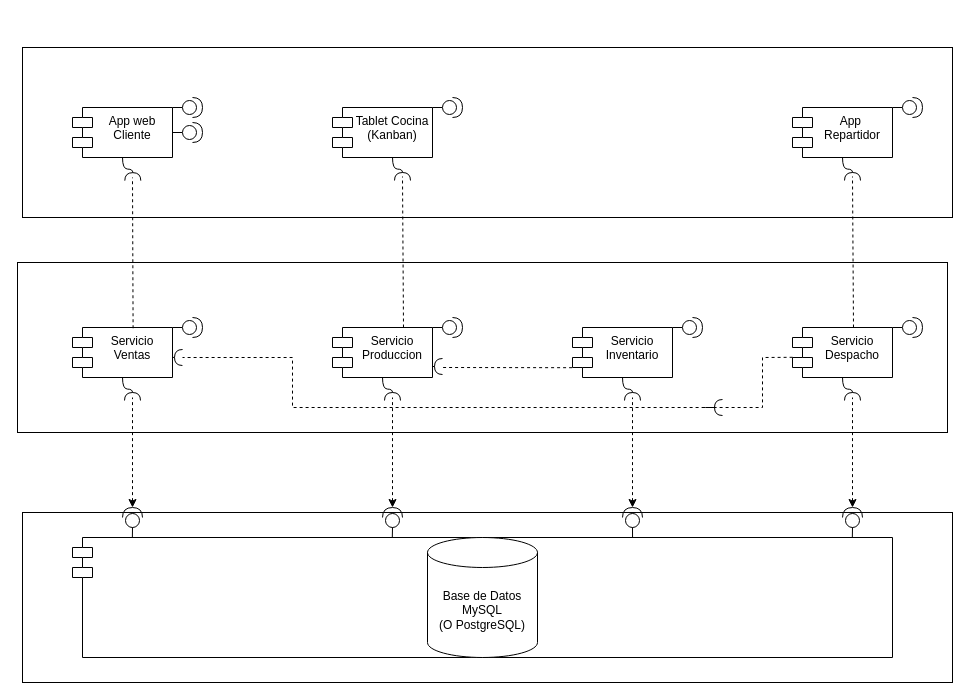
Earlier version of the draw.io diagram Diagrama de Componentes.drawio (jorgeortizcastillo2020-hue/MSI_JJ_PARADIGMA4-1_IEC_N2_C1). Source tidied: cells renumbered, new cells numbered last; positions are measured from the earlier drawing's top-left corner, leaving out a move shared by most shapes. Both pictures are drawn from the tidied source at 100%, with x=0, y=0 at pixel (17, 47).
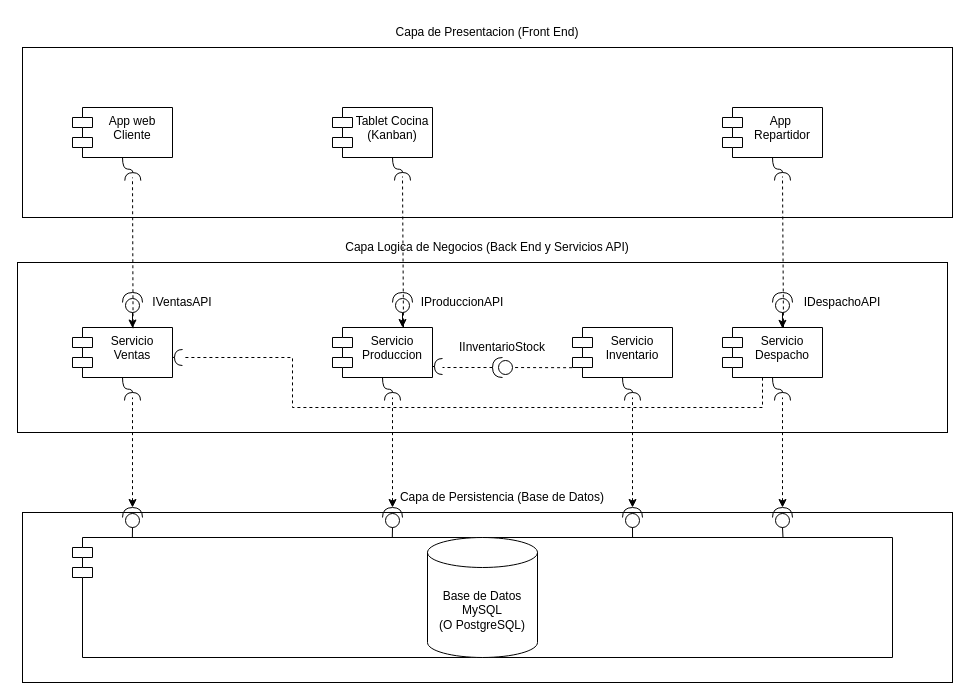
Above is the later version.

Unchanged cells that the change refers to:
```xml
<mxCell id="5" value="Tablet Cocina&lt;div&gt;(Kanban)&lt;/div&gt;" style="shape=module;align=left;spacingLeft=20;align=center;verticalAlign=top;whiteSpace=wrap;html=1;" parent="1" vertex="1">
  <mxGeometry x="315" y="60" width="100" height="50" as="geometry" />
</mxCell>
<mxCell id="7" value="App web&lt;div&gt;Cliente&lt;/div&gt;" style="shape=module;align=left;spacingLeft=20;align=center;verticalAlign=top;whiteSpace=wrap;html=1;" parent="1" vertex="1">
  <mxGeometry x="55" y="60" width="100" height="50" as="geometry" />
</mxCell>
<mxCell id="8" value="Servicio Ventas" style="shape=module;align=left;spacingLeft=20;align=center;verticalAlign=top;whiteSpace=wrap;html=1;" parent="1" vertex="1">
  <mxGeometry x="55" y="280" width="100" height="50" as="geometry" />
</mxCell>
<mxCell id="9" value="Servicio&lt;div&gt;Produccion&lt;/div&gt;" style="shape=module;align=left;spacingLeft=20;align=center;verticalAlign=top;whiteSpace=wrap;html=1;" parent="1" vertex="1">
  <mxGeometry x="315" y="280" width="100" height="50" as="geometry" />
</mxCell>
<mxCell id="10" value="Servicio&lt;div&gt;Inventario&lt;/div&gt;" style="shape=module;align=left;spacingLeft=20;align=center;verticalAlign=top;whiteSpace=wrap;html=1;" parent="1" vertex="1">
  <mxGeometry x="555" y="280" width="100" height="50" as="geometry" />
</mxCell>
<mxCell id="12" value="Module" style="shape=module;align=left;spacingLeft=20;align=center;verticalAlign=top;whiteSpace=wrap;html=1;" parent="1" vertex="1">
  <mxGeometry x="55" y="490" width="820" height="120" as="geometry" />
</mxCell>
```

The edit, as a diff of the source:
```diff
@@
     <mxCell id="6" value="App&amp;nbsp;&lt;div&gt;Repartidor&lt;/div&gt;" style="shape=module;align=left;spacingLeft=20;align=center;verticalAlign=top;whiteSpace=wrap;html=1;" parent="1" vertex="1">
-      <mxGeometry x="775" y="60" width="100" height="50" as="geometry" />
+      <mxGeometry x="705" y="60" width="100" height="50" as="geometry" />
     </mxCell>
@@
     <mxCell id="11" value="Servicio&lt;div&gt;Despacho&lt;/div&gt;" style="shape=module;align=left;spacingLeft=20;align=center;verticalAlign=top;whiteSpace=wrap;html=1;" parent="1" vertex="1">
-      <mxGeometry x="775" y="280" width="100" height="50" as="geometry" />
+      <mxGeometry x="705" y="280" width="100" height="50" as="geometry" />
     </mxCell>
@@
-    <mxCell id="14" style="edgeStyle=orthogonalEdgeStyle;rounded=0;jettySize=auto;html=1;exitX=0;exitY=0.5;exitDx=0;exitDy=0;exitPerimeter=0;entryX=1;entryY=0;entryDx=0;entryDy=0;defaultLabelBackgroundColor=page;endArrow=none;endFill=0;" parent="1" edge="1" source="15" target="7">
-      <mxGeometry relative="1" as="geometry" />
-    </mxCell>
-    <mxCell id="15" style="shape=providedRequiredInterface;html=1;verticalLabelPosition=bottom;sketch=0;labelPerimeter=1;" parent="1" vertex="1">
-      <mxGeometry x="165" y="50" width="20" height="20" as="geometry" />
-    </mxCell>
-    <mxCell id="16" style="edgeStyle=orthogonalEdgeStyle;rounded=0;jettySize=auto;html=1;exitX=0;exitY=0.5;exitDx=0;exitDy=0;exitPerimeter=0;entryX=1;entryY=0.5;entryDx=0;entryDy=0;defaultLabelBackgroundColor=page;endArrow=none;endFill=0;" parent="1" edge="1" source="17" target="7">
-      <mxGeometry relative="1" as="geometry" />
-    </mxCell>
-    <mxCell id="17" style="shape=providedRequiredInterface;html=1;verticalLabelPosition=bottom;sketch=0;labelPerimeter=1;" parent="1" vertex="1">
-      <mxGeometry x="165" y="75" width="20" height="20" as="geometry" />
-    </mxCell>
-    <mxCell id="18" style="edgeStyle=orthogonalEdgeStyle;rounded=0;jettySize=auto;html=1;exitX=0;exitY=0.5;exitDx=0;exitDy=0;exitPerimeter=0;entryX=1;entryY=0;entryDx=0;entryDy=0;defaultLabelBackgroundColor=page;endArrow=none;endFill=0;" parent="1" edge="1" source="19" target="5">
-      <mxGeometry relative="1" as="geometry" />
-    </mxCell>
-    <mxCell id="19" style="shape=providedRequiredInterface;html=1;verticalLabelPosition=bottom;sketch=0;labelPerimeter=1;" parent="1" vertex="1">
-      <mxGeometry x="425" y="50" width="20" height="20" as="geometry" />
-    </mxCell>
-    <mxCell id="20" style="edgeStyle=orthogonalEdgeStyle;rounded=0;jettySize=auto;html=1;exitX=0;exitY=0.5;exitDx=0;exitDy=0;exitPerimeter=0;entryX=1;entryY=0;entryDx=0;entryDy=0;defaultLabelBackgroundColor=page;endArrow=none;endFill=0;" parent="1" edge="1" source="21" target="6">
-      <mxGeometry relative="1" as="geometry" />
-    </mxCell>
-    <mxCell id="21" style="shape=providedRequiredInterface;html=1;verticalLabelPosition=bottom;sketch=0;labelPerimeter=1;" parent="1" vertex="1">
-      <mxGeometry x="885" y="50" width="20" height="20" as="geometry" />
-    </mxCell>
-    <mxCell id="22" style="edgeStyle=orthogonalEdgeStyle;rounded=0;jettySize=auto;html=1;exitX=0;exitY=0.5;exitDx=0;exitDy=0;exitPerimeter=0;entryX=1;entryY=0;entryDx=0;entryDy=0;defaultLabelBackgroundColor=page;endArrow=none;endFill=0;" parent="1" edge="1" source="23" target="8">
+    <mxCell id="22" style="edgeStyle=orthogonalEdgeStyle;rounded=0;orthogonalLoop=1;jettySize=auto;html=1;exitX=0;exitY=0.5;exitDx=0;exitDy=0;exitPerimeter=0;entryX=0;entryY=0.5;entryDx=0;entryDy=0;defaultLabelBackgroundColor=page;endArrow=none;endFill=0;entryPerimeter=0;" parent="1" edge="1" source="23" target="23">
       <mxGeometry relative="1" as="geometry" />
     </mxCell>
-    <mxCell id="23" style="shape=providedRequiredInterface;html=1;verticalLabelPosition=bottom;sketch=0;labelPerimeter=1;" parent="1" vertex="1">
-      <mxGeometry x="165" y="270" width="20" height="20" as="geometry" />
+    <mxCell id="23" style="shape=providedRequiredInterface;html=1;verticalLabelPosition=bottom;sketch=0;labelPerimeter=1;rotation=-90;" parent="1" vertex="1">
+      <mxGeometry x="105" y="245" width="20" height="20" as="geometry" />
     </mxCell>
-    <mxCell id="24" style="edgeStyle=orthogonalEdgeStyle;rounded=0;jettySize=auto;html=1;exitX=0;exitY=0.5;exitDx=0;exitDy=0;exitPerimeter=0;entryX=1;entryY=0;entryDx=0;entryDy=0;defaultLabelBackgroundColor=page;endArrow=none;endFill=0;" parent="1" edge="1" source="25" target="9">
+    <mxCell id="24" style="edgeStyle=orthogonalEdgeStyle;rounded=0;orthogonalLoop=1;jettySize=auto;html=1;exitX=0;exitY=0.5;exitDx=0;exitDy=0;exitPerimeter=0;entryX=0;entryY=0.5;entryDx=0;entryDy=0;defaultLabelBackgroundColor=page;endArrow=none;endFill=0;entryPerimeter=0;" parent="1" edge="1" source="25" target="25">
       <mxGeometry relative="1" as="geometry" />
     </mxCell>
+    <mxCell id="60" style="edgeStyle=orthogonalEdgeStyle;rounded=0;jettySize=auto;html=1;exitX=0;exitY=0.5;exitDx=0;exitDy=0;exitPerimeter=0;defaultLabelBackgroundColor=page;" parent="1" edge="1" source="25">
+      <mxGeometry relative="1" as="geometry">
+        <mxPoint x="385" y="280" as="targetPoint" />
+      </mxGeometry>
+    </mxCell>
-    <mxCell id="25" style="shape=providedRequiredInterface;html=1;verticalLabelPosition=bottom;sketch=0;labelPerimeter=1;" parent="1" vertex="1">
-      <mxGeometry x="425" y="270" width="20" height="20" as="geometry" />
+    <mxCell id="25" style="shape=providedRequiredInterface;html=1;verticalLabelPosition=bottom;sketch=0;labelPerimeter=1;rotation=-90;" parent="1" vertex="1">
+      <mxGeometry x="375" y="245" width="20" height="20" as="geometry" />
     </mxCell>
-    <mxCell id="26" style="edgeStyle=orthogonalEdgeStyle;rounded=0;jettySize=auto;html=1;exitX=0;exitY=0.5;exitDx=0;exitDy=0;exitPerimeter=0;entryX=1;entryY=0;entryDx=0;entryDy=0;defaultLabelBackgroundColor=page;endArrow=none;endFill=0;" parent="1" edge="1" source="27" target="10">
-      <mxGeometry relative="1" as="geometry" />
+    <mxCell id="26" style="edgeStyle=orthogonalEdgeStyle;rounded=0;orthogonalLoop=1;jettySize=auto;html=1;exitX=0;exitY=0.5;exitDx=0;exitDy=0;exitPerimeter=0;entryX=0;entryY=0.5;entryDx=0;entryDy=0;defaultLabelBackgroundColor=page;endArrow=none;endFill=0;entryPerimeter=0;" parent="1" edge="1">
+      <mxGeometry relative="1" as="geometry">
+        <mxPoint x="605" y="255" as="sourcePoint" />
+        <mxPoint x="605" y="255" as="targetPoint" />
+      </mxGeometry>
     </mxCell>
-    <mxCell id="27" style="shape=providedRequiredInterface;html=1;verticalLabelPosition=bottom;sketch=0;labelPerimeter=1;" parent="1" vertex="1">
-      <mxGeometry x="665" y="270" width="20" height="20" as="geometry" />
-    </mxCell>
-    <mxCell id="28" style="edgeStyle=orthogonalEdgeStyle;rounded=0;jettySize=auto;html=1;exitX=0;exitY=0.5;exitDx=0;exitDy=0;exitPerimeter=0;entryX=1;entryY=0;entryDx=0;entryDy=0;defaultLabelBackgroundColor=page;endArrow=none;endFill=0;" parent="1" edge="1" source="29" target="11">
+    <mxCell id="28" style="edgeStyle=orthogonalEdgeStyle;rounded=0;orthogonalLoop=1;jettySize=auto;html=1;exitX=0;exitY=0.5;exitDx=0;exitDy=0;exitPerimeter=0;entryX=0;entryY=0.5;entryDx=0;entryDy=0;defaultLabelBackgroundColor=page;endArrow=none;endFill=0;entryPerimeter=0;" parent="1" edge="1" source="29" target="29">
       <mxGeometry relative="1" as="geometry" />
     </mxCell>
-    <mxCell id="29" style="shape=providedRequiredInterface;html=1;verticalLabelPosition=bottom;sketch=0;labelPerimeter=1;" parent="1" vertex="1">
-      <mxGeometry x="885" y="270" width="20" height="20" as="geometry" />
+    <mxCell id="29" style="shape=providedRequiredInterface;html=1;verticalLabelPosition=bottom;sketch=0;labelPerimeter=1;rotation=-90;" parent="1" vertex="1">
+      <mxGeometry x="755" y="245" width="20" height="20" as="geometry" />
     </mxCell>
@@
     <mxCell id="33" style="shape=providedRequiredInterface;html=1;verticalLabelPosition=bottom;sketch=0;labelPerimeter=1;rotation=-90;" parent="1" vertex="1">
-      <mxGeometry x="825" y="460" width="20" height="20" as="geometry" />
+      <mxGeometry x="755" y="460" width="20" height="20" as="geometry" />
     </mxCell>
@@
     <mxCell id="37" style="rounded=0;orthogonalLoop=1;jettySize=auto;html=1;endArrow=halfCircle;endFill=0;endSize=6;strokeWidth=1;sketch=0;fontSize=12;curved=1;defaultLabelBackgroundColor=page;entryX=0.603;entryY=1.463;entryDx=0;entryDy=0;entryPerimeter=0;exitX=0.5;exitY=1;exitDx=0;exitDy=0;edgeStyle=orthogonalEdgeStyle;innerLoopWaypoints=1;" parent="1" edge="1">
       <mxGeometry relative="1" as="geometry">
-        <mxPoint x="825" y="110" as="sourcePoint" />
-        <mxPoint x="835" y="133" as="targetPoint" />
+        <mxPoint x="755" y="110" as="sourcePoint" />
+        <mxPoint x="765" y="133" as="targetPoint" />
         <Array as="points">
-          <mxPoint x="825" y="121.6" />
-          <mxPoint x="835.3" y="121.6" />
+          <mxPoint x="755" y="121.6" />
+          <mxPoint x="765.3" y="121.6" />
         </Array>
       </mxGeometry>
     </mxCell>
@@
     <mxCell id="41" style="rounded=0;orthogonalLoop=1;jettySize=auto;html=1;endArrow=halfCircle;endFill=0;endSize=6;strokeWidth=1;sketch=0;fontSize=12;curved=1;defaultLabelBackgroundColor=page;entryX=0.603;entryY=1.463;entryDx=0;entryDy=0;entryPerimeter=0;exitX=0.5;exitY=1;exitDx=0;exitDy=0;edgeStyle=orthogonalEdgeStyle;innerLoopWaypoints=1;" parent="1" edge="1">
       <mxGeometry relative="1" as="geometry">
-        <mxPoint x="825" y="330" as="sourcePoint" />
-        <mxPoint x="835" y="353" as="targetPoint" />
+        <mxPoint x="755" y="330" as="sourcePoint" />
+        <mxPoint x="765" y="353" as="targetPoint" />
         <Array as="points">
-          <mxPoint x="825" y="341.6" />
-          <mxPoint x="835.3" y="341.6" />
+          <mxPoint x="755" y="341.6" />
+          <mxPoint x="765.3" y="341.6" />
         </Array>
       </mxGeometry>
     </mxCell>
@@
-    <mxCell id="45" style="rounded=0;orthogonalLoop=1;jettySize=auto;html=1;endArrow=halfCircle;endFill=0;endSize=6;strokeWidth=1;sketch=0;fontSize=12;curved=1;defaultLabelBackgroundColor=page;" parent="1" edge="1">
-      <mxGeometry relative="1" as="geometry">
-        <mxPoint x="685" y="360" as="sourcePoint" />
-        <mxPoint x="705" y="360" as="targetPoint" />
-      </mxGeometry>
-    </mxCell>
@@
     <mxCell id="49" style="endArrow=none;dashed=1;html=1;rounded=0;defaultLabelBackgroundColor=page;exitX=0.606;exitY=0.015;exitDx=0;exitDy=0;exitPerimeter=0;" parent="1" edge="1">
       <mxGeometry relative="1" as="geometry">
-        <mxPoint x="836" y="280" as="sourcePoint" />
-        <mxPoint x="835" y="129" as="targetPoint" />
+        <mxPoint x="766" y="280" as="sourcePoint" />
+        <mxPoint x="765" y="129" as="targetPoint" />
       </mxGeometry>
     </mxCell>
-    <mxCell id="50" style="endArrow=none;dashed=1;html=1;rounded=0;defaultLabelBackgroundColor=page;exitX=-0.004;exitY=0.804;exitDx=0;exitDy=0;exitPerimeter=0;" parent="1" edge="1" source="10">
+    <mxCell id="50" style="endArrow=none;dashed=1;html=1;rounded=0;defaultLabelBackgroundColor=page;exitX=1;exitY=0.5;exitDx=0;exitDy=0;exitPerimeter=0;" parent="1" edge="1" source="71">
       <mxGeometry relative="1" as="geometry">
         <mxPoint x="425" y="320" as="targetPoint" />
       </mxGeometry>
     </mxCell>
@@
-    <mxCell id="55" style="edgeStyle=orthogonalEdgeStyle;rounded=0;jettySize=auto;html=1;exitX=0;exitY=0.5;exitDx=0;exitDy=0;exitPerimeter=0;entryX=0.951;entryY=0.004;entryDx=0;entryDy=0;entryPerimeter=0;defaultLabelBackgroundColor=page;endArrow=none;endFill=0;" parent="1" edge="1" source="33" target="12">
-      <mxGeometry relative="1" as="geometry" />
+    <mxCell id="55" style="edgeStyle=orthogonalEdgeStyle;rounded=0;jettySize=auto;html=1;exitX=0;exitY=0.5;exitDx=0;exitDy=0;exitPerimeter=0;entryX=0.903;entryY=0.003;entryDx=0;entryDy=0;entryPerimeter=0;defaultLabelBackgroundColor=page;endArrow=none;endFill=0;" parent="1" edge="1" source="33">
+      <mxGeometry relative="1" as="geometry">
+        <mxPoint x="765.5" y="490.4" as="targetPoint" />
+      </mxGeometry>
     </mxCell>
@@
     <mxCell id="58" style="endArrow=none;dashed=1;html=1;rounded=0;defaultLabelBackgroundColor=page;exitX=1;exitY=0.5;exitDx=0;exitDy=0;exitPerimeter=0;endFill=0;startArrow=classic;startFill=1;" parent="1" edge="1" source="33">
       <mxGeometry relative="1" as="geometry">
-        <mxPoint x="835" y="350" as="targetPoint" />
+        <mxPoint x="765" y="350" as="targetPoint" />
       </mxGeometry>
     </mxCell>
-    <mxCell id="59" style="endArrow=none;dashed=1;html=1;rounded=0;defaultLabelBackgroundColor=page;exitX=0.001;exitY=0.596;exitDx=0;exitDy=0;exitPerimeter=0;" parent="1" edge="1" source="11">
-      <mxGeometry x="0.04" relative="1" as="geometry">
+    <mxCell id="59" style="endArrow=none;dashed=1;html=1;rounded=0;defaultLabelBackgroundColor=page;exitX=0.4;exitY=1.002;exitDx=0;exitDy=0;exitPerimeter=0;" parent="1" edge="1" source="11">
+      <mxGeometry x="-0.05" relative="1" as="geometry">
         <mxPoint x="165" y="310" as="targetPoint" />
         <Array as="points">
-          <mxPoint x="745" y="310" />
           <mxPoint x="745" y="360" />
           <mxPoint x="275" y="360" />
           <mxPoint x="275" y="310" />
         </Array>
       </mxGeometry>
     </mxCell>
+    <mxCell id="61" value="Capa de Presentacion (Front End)" style="text;html=1;whiteSpace=wrap;strokeColor=none;fillColor=none;align=center;verticalAlign=middle;rounded=0;" parent="1" vertex="1">
+      <mxGeometry x="290" y="-30" width="360" height="30" as="geometry" />
+    </mxCell>
+    <mxCell id="62" value="Capa Logica de Negocios (Back End y Servicios API)" style="text;html=1;whiteSpace=wrap;strokeColor=none;fillColor=none;align=center;verticalAlign=middle;rounded=0;" parent="1" vertex="1">
+      <mxGeometry x="290" y="185" width="360" height="30" as="geometry" />
+    </mxCell>
+    <mxCell id="63" value="Capa de Persistencia (Base de Datos)" style="text;html=1;whiteSpace=wrap;strokeColor=none;fillColor=none;align=center;verticalAlign=middle;rounded=0;" parent="1" vertex="1">
+      <mxGeometry x="305" y="435" width="360" height="30" as="geometry" />
+    </mxCell>
+    <mxCell id="64" value="IProduccionAPI" style="text;html=1;whiteSpace=wrap;strokeColor=none;fillColor=none;align=center;verticalAlign=middle;rounded=0;" parent="1" vertex="1">
+      <mxGeometry x="395" y="240" width="100" height="30" as="geometry" />
+    </mxCell>
+    <mxCell id="65" style="edgeStyle=orthogonalEdgeStyle;rounded=0;jettySize=auto;html=1;exitX=0;exitY=0.5;exitDx=0;exitDy=0;exitPerimeter=0;entryX=0.6;entryY=0.01;entryDx=0;entryDy=0;entryPerimeter=0;defaultLabelBackgroundColor=page;" parent="1" edge="1" source="23" target="8">
+      <mxGeometry relative="1" as="geometry" />
+    </mxCell>
+    <mxCell id="66" style="edgeStyle=orthogonalEdgeStyle;rounded=0;jettySize=auto;html=1;exitX=0;exitY=0.5;exitDx=0;exitDy=0;exitPerimeter=0;entryX=0.599;entryY=0.016;entryDx=0;entryDy=0;entryPerimeter=0;defaultLabelBackgroundColor=page;" parent="1" edge="1" source="29" target="11">
+      <mxGeometry relative="1" as="geometry" />
+    </mxCell>
+    <mxCell id="67" value="IVentasAPI" style="text;html=1;whiteSpace=wrap;strokeColor=none;fillColor=none;align=center;verticalAlign=middle;rounded=0;" parent="1" vertex="1">
+      <mxGeometry x="115" y="240" width="100" height="30" as="geometry" />
+    </mxCell>
+    <mxCell id="68" value="IDespachoAPI" style="text;html=1;whiteSpace=wrap;strokeColor=none;fillColor=none;align=center;verticalAlign=middle;rounded=0;" parent="1" vertex="1">
+      <mxGeometry x="775" y="240" width="100" height="30" as="geometry" />
+    </mxCell>
+    <mxCell id="69" value="IInventarioStock" style="text;html=1;whiteSpace=wrap;strokeColor=none;fillColor=none;align=center;verticalAlign=middle;rounded=0;" parent="1" vertex="1">
+      <mxGeometry x="435" y="285" width="100" height="30" as="geometry" />
+    </mxCell>
+    <mxCell id="70" style="endArrow=none;dashed=1;html=1;rounded=0;defaultLabelBackgroundColor=page;exitX=-0.004;exitY=0.804;exitDx=0;exitDy=0;exitPerimeter=0;" parent="1" edge="1" source="10" target="71">
+      <mxGeometry relative="1" as="geometry" />
+    </mxCell>
+    <mxCell id="71" style="shape=providedRequiredInterface;html=1;verticalLabelPosition=bottom;sketch=0;labelPerimeter=1;rotation=-180;" parent="1" vertex="1">
+      <mxGeometry x="475" y="310" width="20" height="20" as="geometry" />
+    </mxCell>
```
